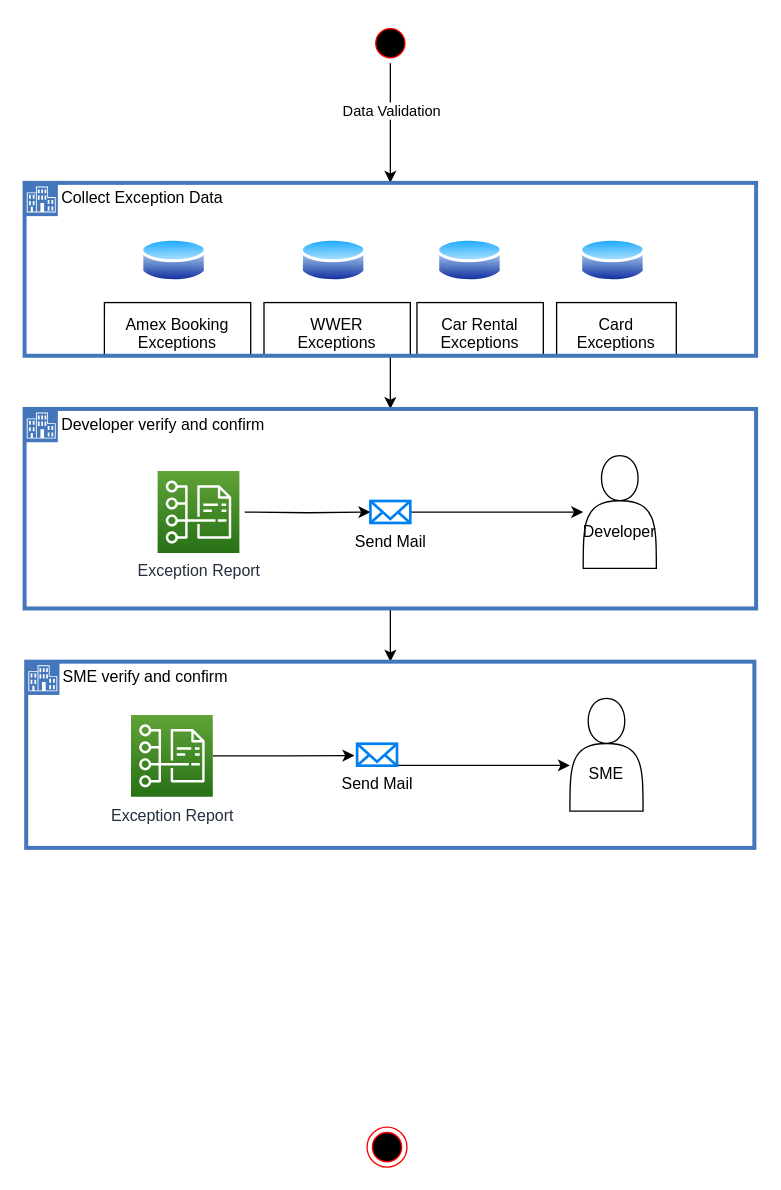
Earlier version of the draw.io diagram Untitled Diagram.drawio (yuhongazai/trainingProjects). Source tidied: cells renumbered, new cells numbered last; positions are measured from the earlier drawing's top-left corner, leaving out a move shared by most shapes. Both pictures are drawn from the tidied source at 133%, with x=0, y=0 at pixel (24, 23).
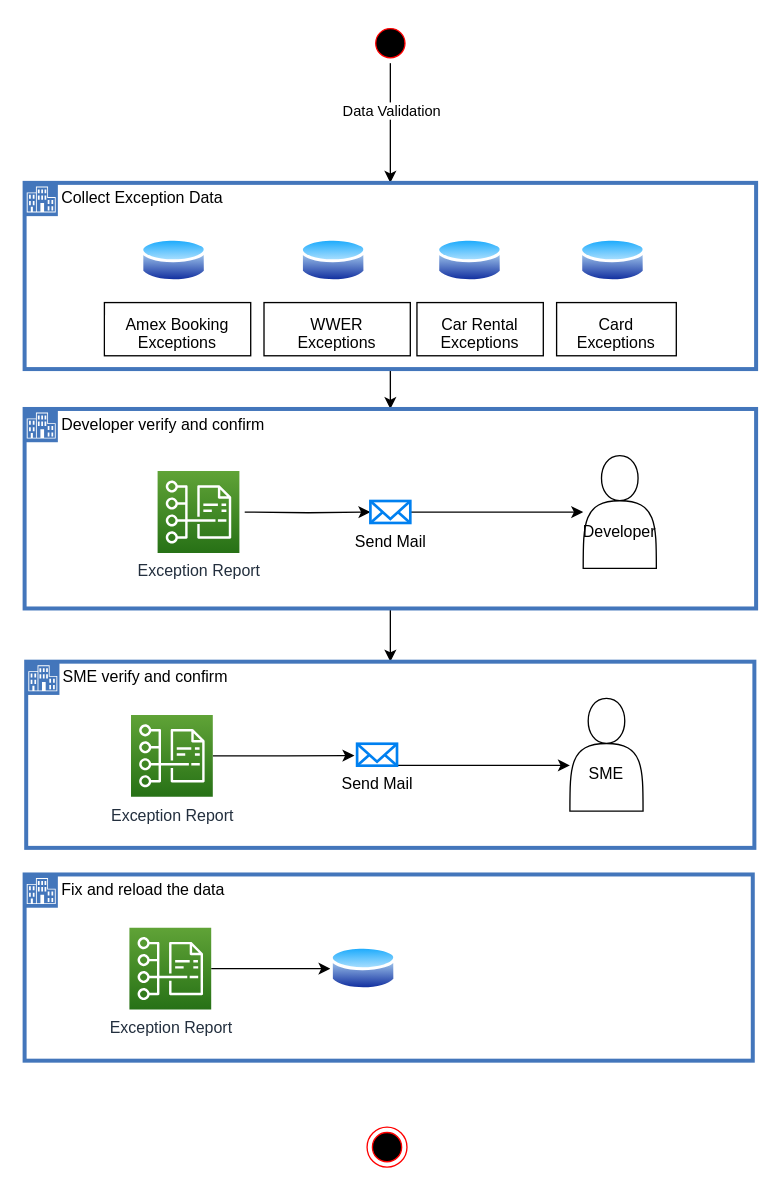
After the change.

Change to the diagram source:
```diff
@@
     <mxCell id="15" value="Collect Exception Data" style="shape=mxgraph.ibm.box;prType=enterprise;fontStyle=0;verticalAlign=top;align=left;spacingLeft=32;spacingTop=4;fillColor=none;rounded=0;whiteSpace=wrap;html=1;strokeColor=#4376BB;strokeWidth=3;dashed=0;spacing=-4;" parent="1" vertex="1">
-      <mxGeometry y="120" width="550" height="130" as="geometry" />
+      <mxGeometry y="120" width="550" height="140" as="geometry" />
     </mxCell>
@@
+    <mxCell id="29" value="Fix and reload the data" style="shape=mxgraph.ibm.box;prType=enterprise;fontStyle=0;verticalAlign=top;align=left;spacingLeft=32;spacingTop=4;fillColor=none;rounded=0;whiteSpace=wrap;html=1;strokeColor=#4376BB;strokeWidth=3;dashed=0;spacing=-4;" parent="1" vertex="1">
+      <mxGeometry y="640" width="547.5" height="140" as="geometry" />
+    </mxCell>
+    <mxCell id="30" style="edgeStyle=orthogonalEdgeStyle;rounded=0;jettySize=auto;html=1;" parent="29" edge="1" source="31" target="32">
+      <mxGeometry relative="1" as="geometry" />
+    </mxCell>
+    <mxCell id="31" value="&lt;div&gt;Exception Report&lt;/div&gt;" style="sketch=0;points=[[0,0,0],[0.25,0,0],[0.5,0,0],[0.75,0,0],[1,0,0],[0,1,0],[0.25,1,0],[0.5,1,0],[0.75,1,0],[1,1,0],[0,0.25,0],[0,0.5,0],[0,0.75,0],[1,0.25,0],[1,0.5,0],[1,0.75,0]];outlineConnect=0;fontColor=#232F3E;gradientColor=#60A337;gradientDirection=north;fillColor=#277116;strokeColor=#ffffff;dashed=0;verticalLabelPosition=bottom;verticalAlign=top;align=center;html=1;fontSize=12;fontStyle=0;shape=mxgraph.aws4.resourceIcon;resIcon=mxgraph.aws4.cost_and_usage_report;" parent="29" vertex="1">
+      <mxGeometry x="78.8" y="40" width="61.5" height="61.5" as="geometry" />
+    </mxCell>
+    <mxCell id="32" style="perimeter=ellipsePerimeter;html=1;align=center;shadow=0;dashed=0;spacingTop=3;image;image=img/lib/active_directory/database.svg;" parent="29" vertex="1">
+      <mxGeometry x="230" y="52.3" width="50" height="37" as="geometry" />
+    </mxCell>
```
